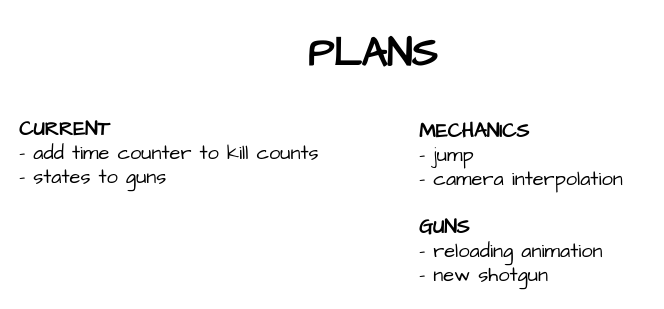
The draw.io diagram plans.drawio in HasChad/bevy-shooting-range, before the edit. Source tidied: cells renumbered, new cells numbered last; positions are measured from the earlier drawing's top-left corner, leaving out a move shared by most shapes. Both pictures are drawn from the tidied source at 100%, with x=0, y=0 at pixel (17, 17).
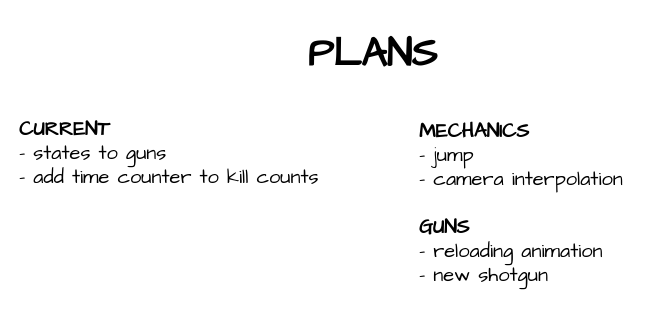
After the change.

Commit message (it also covers changes not shown here):
- now bullets doesnt reset when changing weapon - updated plans

What changed in the source:
```diff
@@
 <mxGraphModel>
   <root>
     <mxCell id="0" />
     <mxCell id="1" parent="0" />
     <mxCell id="2" value="&lt;b&gt;MECHANICS&lt;/b&gt;&lt;br&gt;- jump&lt;br&gt;- camera interpolation&lt;br&gt;&lt;br&gt;&lt;b&gt;GUNS&lt;br&gt;&lt;/b&gt;- reloading animation&lt;br&gt;- new shotgun" style="text;html=1;align=left;verticalAlign=middle;strokeColor=none;fillColor=none;fontSize=20;fontFamily=Architects Daughter;sketch=1;hachureGap=4;jiggle=2;curveFitting=1;" parent="1" vertex="1">
       <mxGeometry x="400" y="95" width="230" height="180" as="geometry" />
     </mxCell>
-    <mxCell id="3" value="&lt;b&gt;CURRENT&lt;/b&gt;&lt;br&gt;- add time counter to kill counts&lt;br&gt;- states to guns" style="text;html=1;align=left;verticalAlign=middle;strokeColor=none;fillColor=none;fontSize=20;fontFamily=Architects Daughter;sketch=1;hachureGap=4;jiggle=2;curveFitting=1;" parent="1" vertex="1">
+    <mxCell id="3" value="&lt;b&gt;CURRENT&lt;br&gt;&lt;/b&gt;- states to guns&lt;br&gt;- add time counter to kill counts" style="text;html=1;align=left;verticalAlign=middle;strokeColor=none;fillColor=none;fontSize=20;fontFamily=Architects Daughter;sketch=1;hachureGap=4;jiggle=2;curveFitting=1;" parent="1" vertex="1">
       <mxGeometry y="90" width="320" height="90" as="geometry" />
     </mxCell>
     <mxCell id="4" value="&lt;p style=&quot;line-height: 100%;&quot;&gt;&lt;b style=&quot;&quot;&gt;&lt;font style=&quot;font-size: 40px;&quot;&gt;PLANS&lt;/font&gt;&lt;/b&gt;&lt;/p&gt;" style="text;html=1;align=center;verticalAlign=middle;strokeColor=none;fillColor=none;fontSize=20;fontFamily=Architects Daughter;sketch=1;hachureGap=4;jiggle=2;curveFitting=1;" parent="1" vertex="1">
       <mxGeometry x="280" width="150" height="80" as="geometry" />
     </mxCell>
   </root>
 </mxGraphModel>
```
